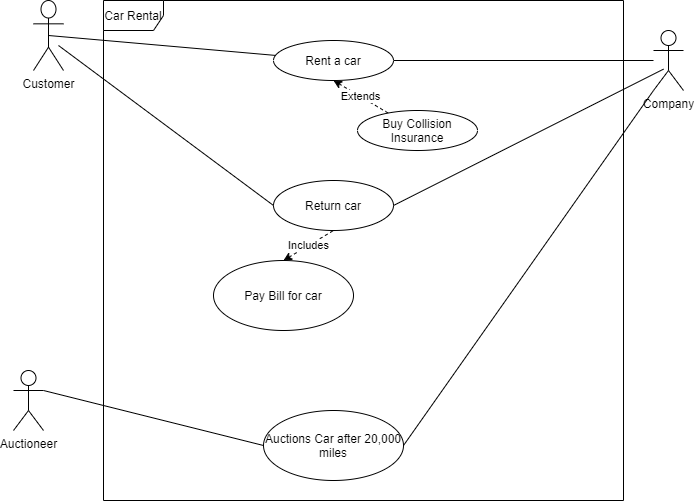
Before: week1/image.png, a diagram exported from draw.io (Darren-ODonnell/BusinessModellingDiagrams). Source tidied: cells renumbered, new cells last; positions are measured from the earlier drawing's top-left corner, leaving out a move shared by most shapes.
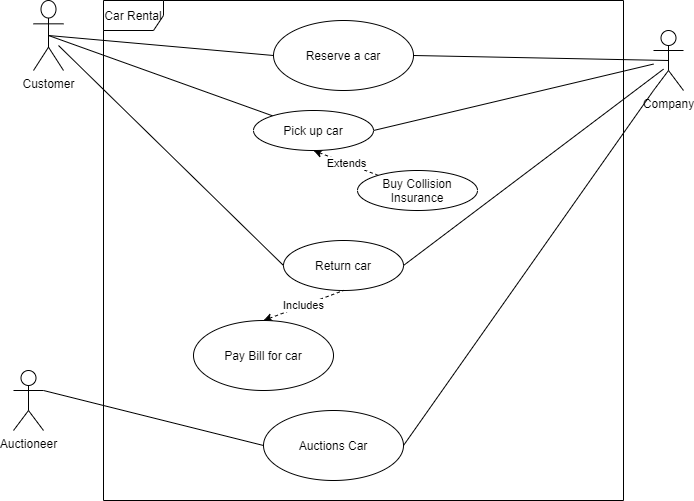
After the commit.

What changed in the source:
```diff
@@ -20,23 +20,26 @@
     <mxCell id="7" style="edgeStyle=none;rounded=0;jettySize=auto;html=1;exitX=0.5;exitY=0.5;exitDx=0;exitDy=0;exitPerimeter=0;endArrow=none;endFill=0;" parent="1" edge="1" source="8" target="10">
       <mxGeometry relative="1" as="geometry" />
     </mxCell>
+    <mxCell id="19" style="edgeStyle=none;rounded=0;jettySize=auto;html=1;exitX=0.5;exitY=0.5;exitDx=0;exitDy=0;exitPerimeter=0;entryX=0;entryY=0.5;entryDx=0;entryDy=0;endArrow=none;endFill=0;" parent="1" edge="1" source="8" target="21">
+      <mxGeometry relative="1" as="geometry" />
+    </mxCell>
     <mxCell id="8" value="Customer" style="shape=umlActor;verticalLabelPosition=bottom;verticalAlign=top;html=1;outlineConnect=0;" parent="1" vertex="1">
       <mxGeometry x="20" width="30" height="70" as="geometry" />
     </mxCell>
     <mxCell id="9" value="Extends" style="edgeStyle=none;rounded=0;jettySize=auto;html=1;exitX=0.5;exitY=1;exitDx=0;exitDy=0;endArrow=none;endFill=0;startArrow=classic;startFill=1;dashed=1;" parent="1" edge="1" source="10" target="12">
       <mxGeometry relative="1" as="geometry" />
     </mxCell>
-    <mxCell id="10" value="Rent a car" style="ellipse;whiteSpace=wrap;html=1;" parent="1" vertex="1">
-      <mxGeometry x="260" y="40" width="120" height="40" as="geometry" />
+    <mxCell id="10" value="Pick up car" style="ellipse;whiteSpace=wrap;html=1;" parent="1" vertex="1">
+      <mxGeometry x="240" y="110" width="120" height="40" as="geometry" />
     </mxCell>
     <mxCell id="11" style="edgeStyle=none;rounded=0;jettySize=auto;html=1;endArrow=none;endFill=0;entryX=1;entryY=0.5;entryDx=0;entryDy=0;" parent="1" edge="1" source="6" target="10">
       <mxGeometry relative="1" as="geometry" />
     </mxCell>
     <mxCell id="12" value="Buy Collision Insurance" style="ellipse;whiteSpace=wrap;html=1;" parent="1" vertex="1">
-      <mxGeometry x="344" y="110" width="120" height="40" as="geometry" />
+      <mxGeometry x="344" y="170" width="120" height="40" as="geometry" />
     </mxCell>
     <mxCell id="13" value="Return car" style="ellipse;whiteSpace=wrap;html=1;" parent="1" vertex="1">
-      <mxGeometry x="260" y="180" width="120" height="50" as="geometry" />
+      <mxGeometry x="270" y="240" width="120" height="50" as="geometry" />
     </mxCell>
     <mxCell id="14" style="edgeStyle=none;rounded=0;jettySize=auto;html=1;exitX=0.5;exitY=0.5;exitDx=0;exitDy=0;exitPerimeter=0;endArrow=none;endFill=0;entryX=0;entryY=0.5;entryDx=0;entryDy=0;" parent="1" edge="1" target="13">
       <mxGeometry relative="1" as="geometry">
@@ -52,10 +55,16 @@
       <mxGeometry relative="1" as="geometry" />
     </mxCell>
     <mxCell id="17" value="Pay Bill for car" style="ellipse;whiteSpace=wrap;html=1;" parent="1" vertex="1">
-      <mxGeometry x="200" y="260" width="140" height="70" as="geometry" />
+      <mxGeometry x="180" y="320" width="140" height="70" as="geometry" />
     </mxCell>
-    <mxCell id="18" value="Auctions Car after 20,000 miles" style="ellipse;whiteSpace=wrap;html=1;" parent="1" vertex="1">
+    <mxCell id="18" value="Auctions Car" style="ellipse;whiteSpace=wrap;html=1;" parent="1" vertex="1">
       <mxGeometry x="250" y="410" width="140" height="70" as="geometry" />
     </mxCell>
+    <mxCell id="20" style="edgeStyle=none;rounded=0;jettySize=auto;html=1;exitX=1;exitY=0.5;exitDx=0;exitDy=0;entryX=0.5;entryY=0.5;entryDx=0;entryDy=0;entryPerimeter=0;endArrow=none;endFill=0;" parent="1" edge="1" source="21" target="6">
+      <mxGeometry relative="1" as="geometry" />
+    </mxCell>
+    <mxCell id="21" value="Reserve a car" style="ellipse;whiteSpace=wrap;html=1;" parent="1" vertex="1">
+      <mxGeometry x="260" y="20" width="140" height="70" as="geometry" />
+    </mxCell>
   </root>
 </mxGraphModel>
```
